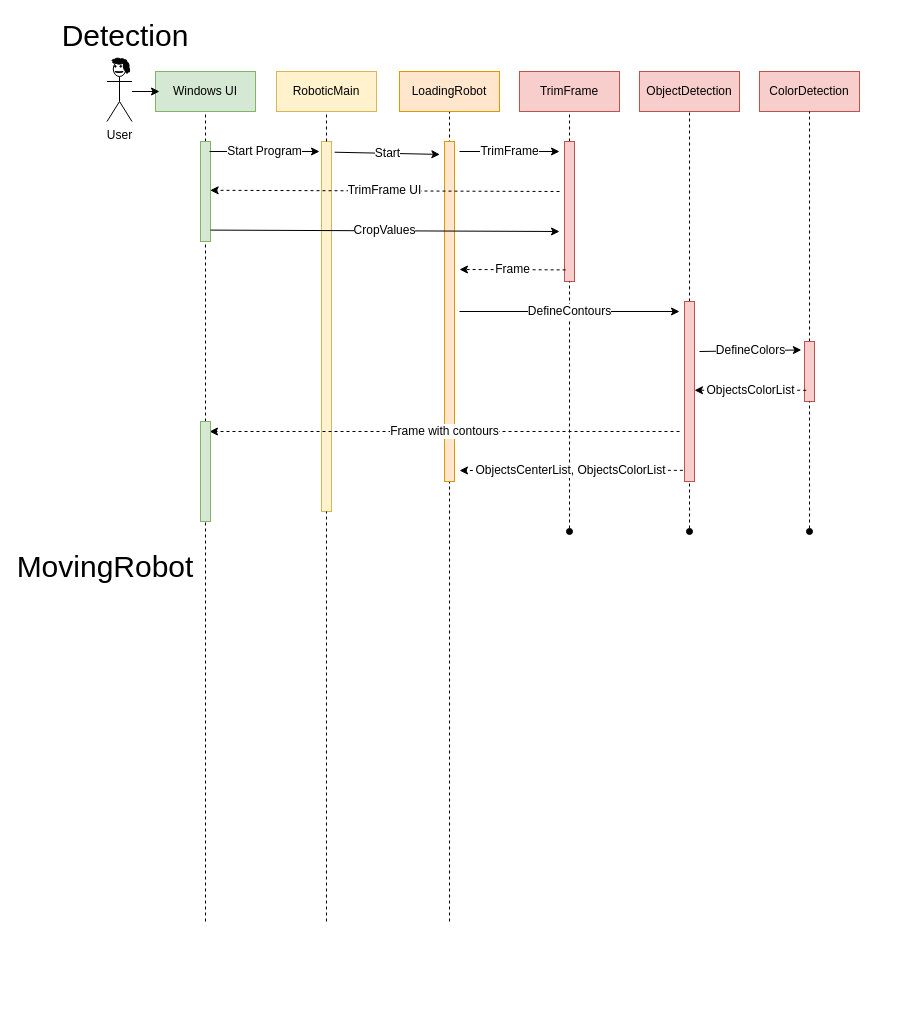
Earlier version of the draw.io diagram sequence diagram 2.0.drawio (WinnenVanB2IsBelangrijkerDanMeedoen/EndAssigmentMain-SDA3). Source tidied: cells renumbered, new cells numbered last; positions are measured from the earlier drawing's top-left corner, leaving out a move shared by most shapes. Both pictures are drawn from the tidied source at 100%, with x=0, y=0 at pixel (75, 20).
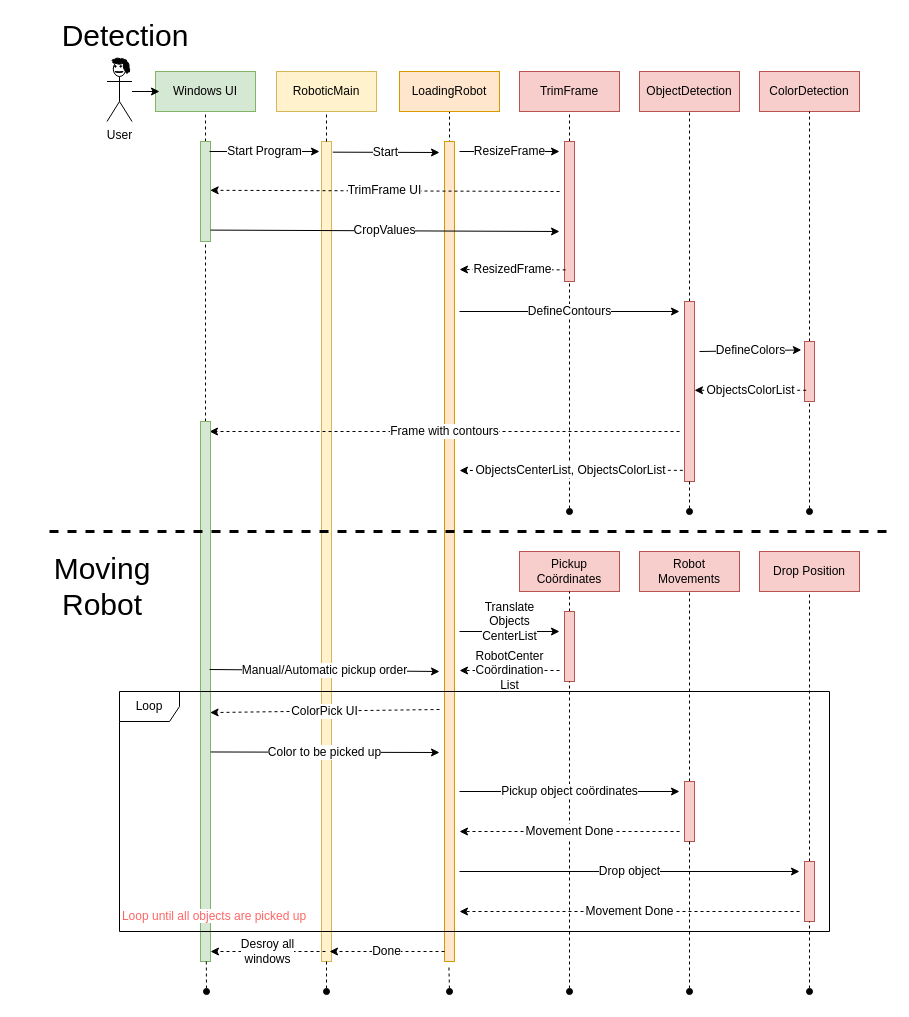
Above is the later version.

Commit message (it also covers changes not shown here):
sequence Diagram 2.1

Unchanged cells that the change refers to:
```xml
<mxCell id="28" value="TrimFrame" style="rounded=0;whiteSpace=wrap;html=1;fillColor=#f8cecc;strokeColor=#b85450;" parent="1" vertex="1">
  <mxGeometry x="444" y="51" width="100" height="40" as="geometry" />
</mxCell>
<mxCell id="30" style="html=1;points=[];perimeter=orthogonalPerimeter;fontSize=30;fillColor=#f8cecc;strokeColor=#b85450;" parent="1" vertex="1">
  <mxGeometry x="489" y="121" width="10" height="140" as="geometry" />
</mxCell>
<mxCell id="38" style="html=1;points=[];perimeter=orthogonalPerimeter;fontSize=30;fillColor=#f8cecc;strokeColor=#b85450;" parent="1" vertex="1">
  <mxGeometry x="609" y="281" width="10" height="180" as="geometry" />
</mxCell>
<mxCell id="41" style="html=1;points=[];perimeter=orthogonalPerimeter;fontSize=30;fillColor=#f8cecc;strokeColor=#b85450;" parent="1" vertex="1">
  <mxGeometry x="729" y="321" width="10" height="60" as="geometry" />
</mxCell>
```

Change to the diagram source:
```diff
@@
     <mxCell id="4" style="html=1;points=[];perimeter=orthogonalPerimeter;fontSize=30;fillColor=#fff2cc;strokeColor=#d6b656;" parent="1" vertex="1">
-      <mxGeometry x="246" y="121" width="10" height="370" as="geometry" />
+      <mxGeometry x="246" y="121" width="10" height="820" as="geometry" />
     </mxCell>
     <mxCell id="5" style="html=1;points=[];perimeter=orthogonalPerimeter;fontSize=30;fillColor=#ffe6cc;strokeColor=#d79b00;" parent="1" vertex="1">
-      <mxGeometry x="369" y="121" width="10" height="340" as="geometry" />
+      <mxGeometry x="369" y="121" width="10" height="820" as="geometry" />
     </mxCell>
@@
-    <mxCell id="25" style="endArrow=none;dashed=1;html=1;rounded=0;entryX=0.5;entryY=1;entryDx=0;entryDy=0;" parent="1" edge="1" target="4">
+    <mxCell id="25" style="endArrow=none;dashed=1;html=1;rounded=0;entryX=0.5;entryY=1;entryDx=0;entryDy=0;startArrow=oval;startFill=1;" parent="1" edge="1" target="4">
       <mxGeometry relative="1" as="geometry">
-        <mxPoint x="251" y="901" as="sourcePoint" />
+        <mxPoint x="251" y="971" as="sourcePoint" />
       </mxGeometry>
     </mxCell>
@@
-    <mxCell id="27" value="TrimFrame" style="endArrow=classic;html=1;rounded=0;fontSize=12;" parent="1" edge="1">
+    <mxCell id="27" value="ResizeFrame" style="endArrow=classic;html=1;rounded=0;fontSize=12;" parent="1" edge="1">
       <mxGeometry relative="1" as="geometry">
         <mxPoint x="384" y="131" as="sourcePoint" />
         <mxPoint x="484" y="131" as="targetPoint" />
       </mxGeometry>
     </mxCell>
@@
-    <mxCell id="29" style="endArrow=none;dashed=1;html=1;rounded=0;entryX=0.5;entryY=1;entryDx=0;entryDy=0;startArrow=none;" parent="1" edge="1" source="30" target="28">
+    <mxCell id="29" style="endArrow=none;dashed=1;html=1;rounded=0;startArrow=none;" parent="1" edge="1" source="30" target="28">
       <mxGeometry relative="1" as="geometry" />
     </mxCell>
@@
     <mxCell id="31" style="endArrow=none;dashed=1;html=1;rounded=0;entryX=0.5;entryY=1;entryDx=0;entryDy=0;startArrow=oval;startFill=1;" parent="1" edge="1" target="30">
       <mxGeometry relative="1" as="geometry">
-        <mxPoint x="494" y="511" as="sourcePoint" />
+        <mxPoint x="494" y="491" as="sourcePoint" />
       </mxGeometry>
     </mxCell>
@@
-    <mxCell id="35" value="Frame" style="endArrow=classic;html=1;rounded=0;fontSize=12;exitX=0.113;exitY=0.917;exitDx=0;exitDy=0;exitPerimeter=0;dashed=1;" parent="1" edge="1" source="30">
+    <mxCell id="35" value="ResizedFrame" style="endArrow=classic;html=1;rounded=0;fontSize=12;exitX=0.113;exitY=0.917;exitDx=0;exitDy=0;exitPerimeter=0;dashed=1;" parent="1" edge="1" source="30">
       <mxGeometry relative="1" as="geometry">
         <mxPoint x="384" y="249" as="targetPoint" />
       </mxGeometry>
     </mxCell>
-    <mxCell id="36" value="Start" style="endArrow=classic;html=1;rounded=0;fontSize=12;entryX=-0.464;entryY=0.038;entryDx=0;entryDy=0;entryPerimeter=0;exitX=1.31;exitY=0.029;exitDx=0;exitDy=0;exitPerimeter=0;" parent="1" edge="1" source="4" target="5">
-      <mxGeometry relative="1" as="geometry" />
+    <mxCell id="36" value="Start" style="endArrow=classic;html=1;rounded=0;fontSize=12;exitX=1.129;exitY=0.013;exitDx=0;exitDy=0;exitPerimeter=0;" parent="1" edge="1" source="4">
+      <mxGeometry relative="1" as="geometry">
+        <mxPoint x="364" y="132" as="targetPoint" />
+      </mxGeometry>
     </mxCell>
@@
     <mxCell id="39" style="endArrow=none;dashed=1;html=1;rounded=0;entryX=0.5;entryY=1;entryDx=0;entryDy=0;startArrow=oval;startFill=1;" parent="1" edge="1" target="38">
       <mxGeometry relative="1" as="geometry">
-        <mxPoint x="614" y="511" as="sourcePoint" />
+        <mxPoint x="614" y="491" as="sourcePoint" />
       </mxGeometry>
     </mxCell>
@@
     <mxCell id="42" style="endArrow=none;dashed=1;html=1;rounded=0;entryX=0.5;entryY=1;entryDx=0;entryDy=0;startArrow=oval;startFill=1;" parent="1" edge="1" target="41">
       <mxGeometry relative="1" as="geometry">
-        <mxPoint x="734" y="511" as="sourcePoint" />
+        <mxPoint x="734" y="491" as="sourcePoint" />
       </mxGeometry>
     </mxCell>
@@
     <mxCell id="45" style="html=1;points=[];perimeter=orthogonalPerimeter;fontSize=30;fillColor=#d5e8d4;strokeColor=#82b366;" parent="1" vertex="1">
-      <mxGeometry x="125" y="401" width="10" height="100" as="geometry" />
+      <mxGeometry x="125" y="401" width="10" height="540" as="geometry" />
     </mxCell>
-    <mxCell id="46" style="endArrow=none;dashed=1;html=1;rounded=0;" parent="1" edge="1">
+    <mxCell id="46" style="endArrow=none;dashed=1;html=1;rounded=0;entryX=0.584;entryY=1;entryDx=0;entryDy=0;entryPerimeter=0;startArrow=oval;startFill=1;" parent="1" edge="1" target="45">
       <mxGeometry relative="1" as="geometry">
-        <mxPoint x="130" y="901" as="sourcePoint" />
-        <mxPoint x="130" y="501" as="targetPoint" />
+        <mxPoint x="131" y="971" as="sourcePoint" />
       </mxGeometry>
     </mxCell>
@@
-    <mxCell id="48" value="&lt;font style=&quot;font-size: 30px;&quot;&gt;MovingRobot&lt;br&gt;&lt;/font&gt;" style="text;html=1;strokeColor=none;fillColor=none;align=center;verticalAlign=middle;whiteSpace=wrap;rounded=0;" parent="1" vertex="1">
-      <mxGeometry y="531" width="60" height="30" as="geometry" />
+    <mxCell id="48" value="&lt;font style=&quot;font-size: 30px;&quot;&gt;Moving Robot&lt;br&gt;&lt;/font&gt;" style="text;html=1;strokeColor=none;fillColor=none;align=center;verticalAlign=middle;whiteSpace=wrap;rounded=0;" parent="1" vertex="1">
+      <mxGeometry x="-3.5" y="551" width="60" height="30" as="geometry" />
     </mxCell>
+    <mxCell id="49" value="Pickup&lt;br&gt;Coördinates" style="rounded=0;whiteSpace=wrap;html=1;fillColor=#f8cecc;strokeColor=#b85450;" parent="1" vertex="1">
+      <mxGeometry x="444" y="531" width="100" height="40" as="geometry" />
+    </mxCell>
+    <mxCell id="50" value="Robot&lt;br&gt;Movements" style="rounded=0;whiteSpace=wrap;html=1;fillColor=#f8cecc;strokeColor=#b85450;" parent="1" vertex="1">
+      <mxGeometry x="564" y="531" width="100" height="40" as="geometry" />
+    </mxCell>
+    <mxCell id="51" value="Drop Position" style="rounded=0;whiteSpace=wrap;html=1;fillColor=#f8cecc;strokeColor=#b85450;" parent="1" vertex="1">
+      <mxGeometry x="684" y="531" width="100" height="40" as="geometry" />
+    </mxCell>
+    <mxCell id="52" style="endArrow=none;dashed=1;html=1;rounded=0;entryX=0.5;entryY=1;entryDx=0;entryDy=0;startArrow=none;startFill=1;" parent="1" edge="1" source="54" target="49">
+      <mxGeometry relative="1" as="geometry" />
+    </mxCell>
+    <mxCell id="53" value="Translate&lt;br&gt;Objects&lt;br&gt;CenterList" style="endArrow=classic;html=1;rounded=0;fontSize=12;" parent="1" edge="1">
+      <mxGeometry y="10" relative="1" as="geometry">
+        <mxPoint x="384" y="611" as="sourcePoint" />
+        <mxPoint x="484" y="611" as="targetPoint" />
+      </mxGeometry>
+    </mxCell>
+    <mxCell id="54" style="html=1;points=[];perimeter=orthogonalPerimeter;fontSize=30;fillColor=#f8cecc;strokeColor=#b85450;" parent="1" vertex="1">
+      <mxGeometry x="489" y="591" width="10" height="70" as="geometry" />
+    </mxCell>
+    <mxCell id="55" style="endArrow=none;dashed=1;html=1;rounded=0;entryX=0.5;entryY=1;entryDx=0;entryDy=0;startArrow=oval;startFill=1;" parent="1" edge="1" target="54">
+      <mxGeometry relative="1" as="geometry">
+        <mxPoint x="494" y="971" as="sourcePoint" />
+      </mxGeometry>
+    </mxCell>
+    <mxCell id="56" value="Manual/Automatic pickup order" style="endArrow=classic;html=1;rounded=0;fontSize=12;" parent="1" edge="1">
+      <mxGeometry relative="1" as="geometry">
+        <mxPoint x="134" y="649" as="sourcePoint" />
+        <mxPoint x="364" y="651" as="targetPoint" />
+      </mxGeometry>
+    </mxCell>
+    <mxCell id="57" value="ColorPick UI" style="endArrow=classic;html=1;rounded=0;fontSize=12;dashed=1;entryX=0.959;entryY=0.539;entryDx=0;entryDy=0;entryPerimeter=0;" parent="1" edge="1" target="45">
+      <mxGeometry relative="1" as="geometry">
+        <mxPoint x="364" y="689" as="sourcePoint" />
+      </mxGeometry>
+    </mxCell>
+    <mxCell id="58" value="RobotCenter&lt;br&gt;Coördination&lt;br&gt;List" style="endArrow=classic;html=1;rounded=0;fontSize=12;dashed=1;" parent="1" edge="1">
+      <mxGeometry relative="1" as="geometry">
+        <mxPoint x="484" y="650" as="sourcePoint" />
+        <mxPoint x="384" y="650" as="targetPoint" />
+      </mxGeometry>
+    </mxCell>
+    <mxCell id="59" value="Color to be picked up" style="endArrow=classic;html=1;rounded=0;fontSize=12;exitX=1.019;exitY=0.612;exitDx=0;exitDy=0;exitPerimeter=0;" parent="1" edge="1" source="45">
+      <mxGeometry relative="1" as="geometry">
+        <mxPoint x="364" y="732" as="targetPoint" />
+      </mxGeometry>
+    </mxCell>
+    <mxCell id="60" value="Pickup object coördinates" style="endArrow=classic;html=1;rounded=0;fontSize=12;" parent="1" edge="1">
+      <mxGeometry relative="1" as="geometry">
+        <mxPoint x="384" y="771" as="sourcePoint" />
+        <mxPoint x="604" y="771" as="targetPoint" />
+      </mxGeometry>
+    </mxCell>
+    <mxCell id="61" style="endArrow=none;dashed=1;html=1;rounded=0;entryX=0.5;entryY=1;entryDx=0;entryDy=0;startArrow=none;startFill=1;" parent="1" edge="1" source="62">
+      <mxGeometry relative="1" as="geometry">
+        <mxPoint x="614" y="571" as="targetPoint" />
+      </mxGeometry>
+    </mxCell>
+    <mxCell id="62" style="html=1;points=[];perimeter=orthogonalPerimeter;fontSize=30;fillColor=#f8cecc;strokeColor=#b85450;" parent="1" vertex="1">
+      <mxGeometry x="609" y="761" width="10" height="60" as="geometry" />
+    </mxCell>
+    <mxCell id="63" style="endArrow=none;dashed=1;html=1;rounded=0;entryX=0.5;entryY=1;entryDx=0;entryDy=0;startArrow=oval;startFill=1;" parent="1" edge="1" target="62">
+      <mxGeometry relative="1" as="geometry">
+        <mxPoint x="614" y="971" as="sourcePoint" />
+      </mxGeometry>
+    </mxCell>
+    <mxCell id="64" value="Movement Done" style="endArrow=classic;html=1;rounded=0;fontSize=12;dashed=1;" parent="1" edge="1">
+      <mxGeometry relative="1" as="geometry">
+        <mxPoint x="604" y="811" as="sourcePoint" />
+        <mxPoint x="384" y="811" as="targetPoint" />
+      </mxGeometry>
+    </mxCell>
+    <mxCell id="65" style="endArrow=none;dashed=1;html=1;rounded=0;entryX=0.5;entryY=1;entryDx=0;entryDy=0;startArrow=none;startFill=1;" parent="1" edge="1" source="66" target="51">
+      <mxGeometry relative="1" as="geometry" />
+    </mxCell>
+    <mxCell id="66" style="html=1;points=[];perimeter=orthogonalPerimeter;fontSize=30;fillColor=#f8cecc;strokeColor=#b85450;" parent="1" vertex="1">
+      <mxGeometry x="729" y="841" width="10" height="60" as="geometry" />
+    </mxCell>
+    <mxCell id="67" style="endArrow=none;dashed=1;html=1;rounded=0;entryX=0.5;entryY=1;entryDx=0;entryDy=0;startArrow=oval;startFill=1;" parent="1" edge="1" target="66">
+      <mxGeometry relative="1" as="geometry">
+        <mxPoint x="734" y="971" as="sourcePoint" />
+      </mxGeometry>
+    </mxCell>
+    <mxCell id="68" value="Drop object" style="endArrow=classic;html=1;rounded=0;fontSize=12;" parent="1" edge="1">
+      <mxGeometry relative="1" as="geometry">
+        <mxPoint x="384" y="851" as="sourcePoint" />
+        <mxPoint x="724" y="851" as="targetPoint" />
+      </mxGeometry>
+    </mxCell>
+    <mxCell id="69" value="Movement Done" style="endArrow=classic;html=1;rounded=0;fontSize=12;dashed=1;" parent="1" edge="1">
+      <mxGeometry relative="1" as="geometry">
+        <mxPoint x="724" y="891" as="sourcePoint" />
+        <mxPoint x="384" y="891" as="targetPoint" />
+      </mxGeometry>
+    </mxCell>
+    <mxCell id="70" value="Loop" style="shape=umlFrame;whiteSpace=wrap;html=1;fontSize=12;fillColor=#FFFFFF;" parent="1" vertex="1">
+      <mxGeometry x="44" y="671" width="710" height="240" as="geometry" />
+    </mxCell>
+    <mxCell id="71" style="endArrow=none;dashed=1;html=1;rounded=0;entryX=0.438;entryY=1.004;entryDx=0;entryDy=0;startArrow=oval;startFill=1;entryPerimeter=0;" parent="1" edge="1" target="5">
+      <mxGeometry relative="1" as="geometry">
+        <mxPoint x="374" y="971" as="sourcePoint" />
+      </mxGeometry>
+    </mxCell>
+    <mxCell id="72" value="&lt;span style=&quot;background-color: rgb(255, 255, 255);&quot;&gt;&lt;font&gt;Loop until all objects are picked up&lt;/font&gt;&lt;/span&gt;" style="text;html=1;strokeColor=none;fillColor=none;align=center;verticalAlign=middle;whiteSpace=wrap;rounded=0;fontSize=12;fontColor=#FF6666;" parent="1" vertex="1">
+      <mxGeometry x="44" y="881" width="190" height="30" as="geometry" />
+    </mxCell>
+    <mxCell id="73" value="Done" style="endArrow=classic;html=1;rounded=0;fontSize=12;dashed=1;" parent="1" edge="1">
+      <mxGeometry relative="1" as="geometry">
+        <mxPoint x="369" y="931" as="sourcePoint" />
+        <mxPoint x="254" y="931" as="targetPoint" />
+      </mxGeometry>
+    </mxCell>
+    <mxCell id="74" value="Desroy all &lt;br&gt;windows" style="endArrow=classic;html=1;rounded=0;fontSize=12;dashed=1;" parent="1" edge="1">
+      <mxGeometry relative="1" as="geometry">
+        <mxPoint x="250" y="931" as="sourcePoint" />
+        <mxPoint x="135" y="931" as="targetPoint" />
+      </mxGeometry>
+    </mxCell>
+    <mxCell id="75" style="endArrow=none;dashed=1;html=1;rounded=0;startArrow=none;startFill=1;strokeWidth=3;" parent="1" edge="1">
+      <mxGeometry relative="1" as="geometry">
+        <mxPoint x="-26" y="511" as="sourcePoint" />
+        <mxPoint x="814" y="511" as="targetPoint" />
+      </mxGeometry>
+    </mxCell>
```
